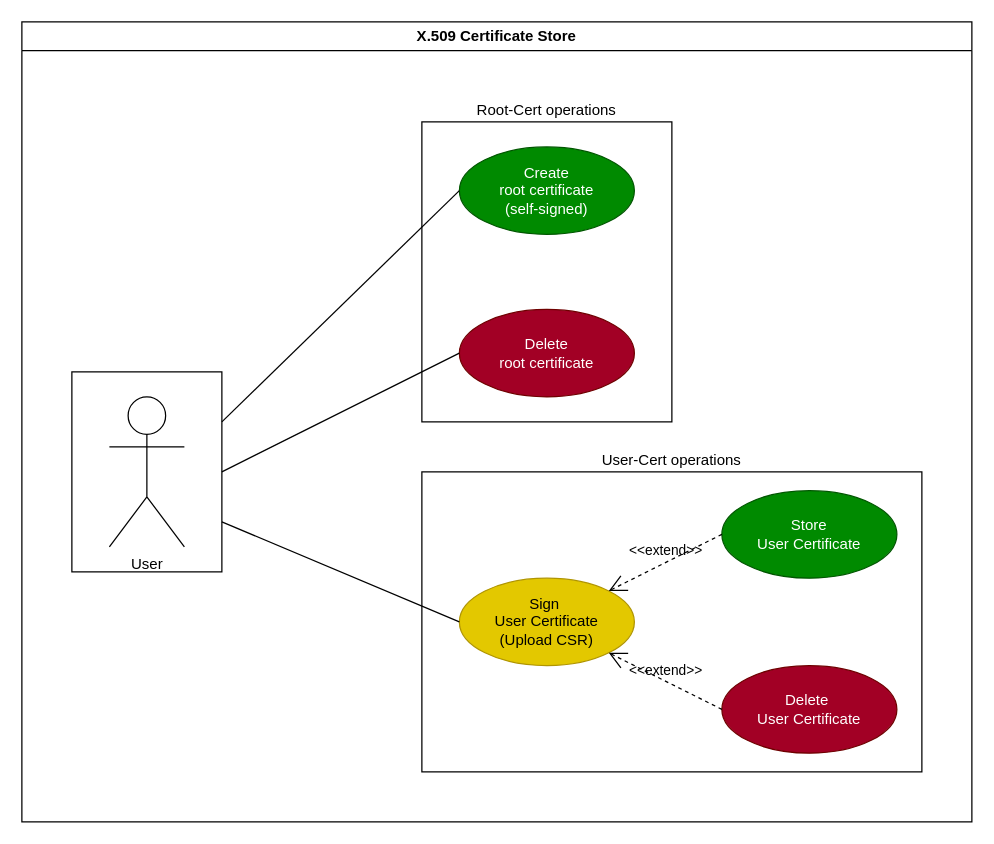
The draw.io diagram diagrams/domain.drawio in MilanNemeth/GDE_B-ALKFET, before the edit. Source tidied: cells renumbered, new cells numbered last; positions are measured from the earlier drawing's top-left corner, leaving out a move shared by most shapes. Both pictures are drawn from the tidied source at 125%, with x=0, y=0 at pixel (21, 21).
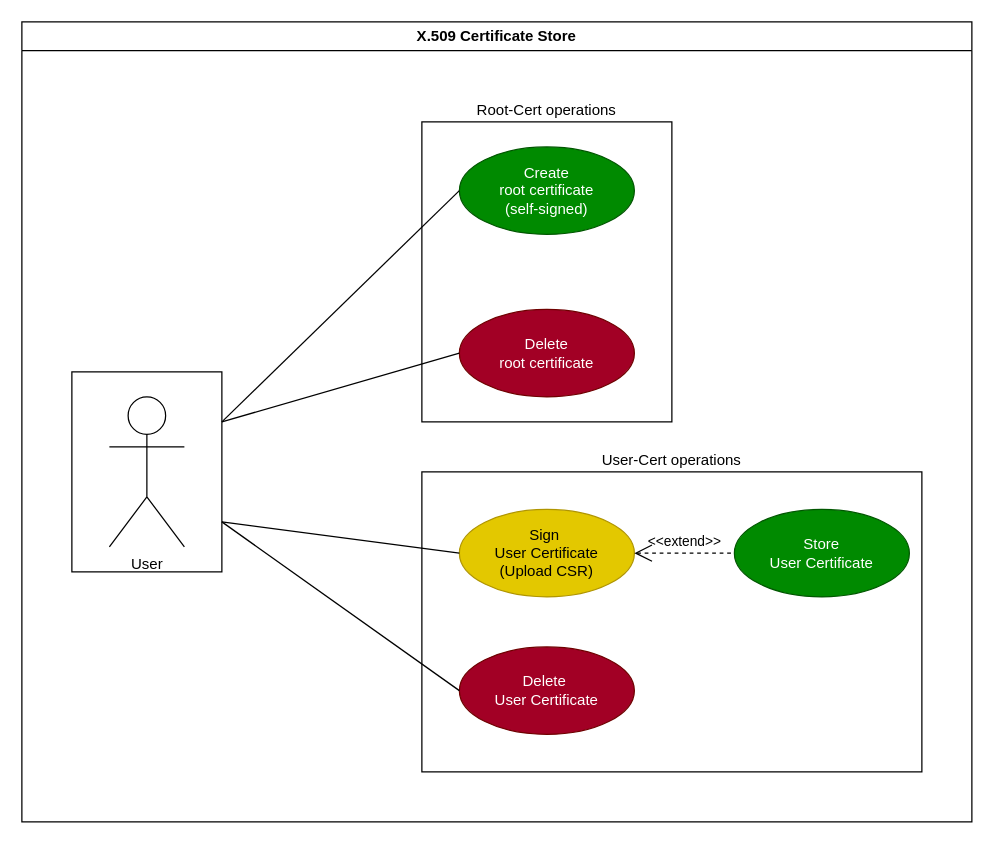
After the change.

Diff of the diagram source:
```diff
@@
 <mxGraphModel>
   <root>
     <mxCell id="0" />
     <mxCell id="1" parent="0" />
     <mxCell id="2" value="&lt;b&gt;&lt;span&gt;X.509&amp;nbsp;&lt;/span&gt;Certificate Store&lt;/b&gt;" style="swimlane;whiteSpace=wrap;html=1;" parent="1" vertex="1">
       <mxGeometry width="760" height="640" as="geometry" />
     </mxCell>
     <mxCell id="3" value="Root-Cert operations" style="rounded=0;whiteSpace=wrap;html=1;labelPosition=center;verticalLabelPosition=top;align=center;verticalAlign=bottom;" parent="2" vertex="1">
       <mxGeometry x="320" y="80" width="200" height="240" as="geometry" />
     </mxCell>
     <mxCell id="4" value="&lt;div&gt;User-Cert operations&lt;/div&gt;" style="rounded=0;whiteSpace=wrap;html=1;align=center;labelPosition=center;verticalLabelPosition=top;verticalAlign=bottom;" parent="1" vertex="1">
       <mxGeometry x="320" y="360" width="400" height="240" as="geometry" />
     </mxCell>
     <mxCell id="5" value="Create&lt;br&gt;root certificate&lt;br&gt;(self-signed)" style="ellipse;whiteSpace=wrap;html=1;fillColor=#008a00;fontColor=#ffffff;strokeColor=#005700;" parent="1" vertex="1">
       <mxGeometry x="350" y="100" width="140" height="70" as="geometry" />
     </mxCell>
     <mxCell id="6" value="Delete&lt;br&gt;root certificate" style="ellipse;whiteSpace=wrap;html=1;fillColor=#a20025;fontColor=#ffffff;strokeColor=#6F0000;" parent="1" vertex="1">
       <mxGeometry x="350" y="230" width="140" height="70" as="geometry" />
     </mxCell>
     <mxCell id="7" value="Sign&amp;nbsp;&lt;br&gt;User Certificate&lt;br&gt;(Upload CSR)" style="ellipse;whiteSpace=wrap;html=1;fillColor=#e3c800;fontColor=#000000;strokeColor=#B09500;" parent="1" vertex="1">
-      <mxGeometry x="350" y="445" width="140" height="70" as="geometry" />
+      <mxGeometry x="350" y="390" width="140" height="70" as="geometry" />
     </mxCell>
     <mxCell id="8" value="Delete&amp;nbsp;&lt;br&gt;User Certificate" style="ellipse;whiteSpace=wrap;html=1;fillColor=#a20025;fontColor=#ffffff;strokeColor=#6F0000;" parent="1" vertex="1">
-      <mxGeometry x="560" y="515" width="140" height="70" as="geometry" />
+      <mxGeometry x="350" y="500" width="140" height="70" as="geometry" />
     </mxCell>
     <mxCell id="9" value="Store&lt;br&gt;User Certificate" style="ellipse;whiteSpace=wrap;html=1;fillColor=#008a00;fontColor=#ffffff;strokeColor=#005700;" parent="1" vertex="1">
-      <mxGeometry x="560" y="375" width="140" height="70" as="geometry" />
+      <mxGeometry x="570" y="390" width="140" height="70" as="geometry" />
     </mxCell>
     <mxCell id="10" style="group;" parent="1" vertex="1">
       <mxGeometry x="40" y="280" width="120" height="160" as="geometry" />
     </mxCell>
     <mxCell id="11" style="rounded=0;whiteSpace=wrap;html=1;" parent="10" vertex="1">
       <mxGeometry width="120" height="160" as="geometry" />
     </mxCell>
     <mxCell id="12" value="&lt;div&gt;User&lt;/div&gt;" style="shape=umlActor;verticalLabelPosition=bottom;verticalAlign=top;html=1;" parent="10" vertex="1">
       <mxGeometry x="30" y="20" width="60" height="120" as="geometry" />
     </mxCell>
-    <mxCell id="13" value="&amp;lt;&amp;lt;extend&amp;gt;&amp;gt;" style="edgeStyle=none;html=1;startArrow=open;endArrow=none;startSize=12;verticalAlign=bottom;dashed=1;labelBackgroundColor=none;rounded=0;exitX=1;exitY=0;exitDx=0;exitDy=0;entryX=0;entryY=0.5;entryDx=0;entryDy=0;" parent="1" edge="1" source="7" target="9">
+    <mxCell id="13" value="&amp;lt;&amp;lt;extend&amp;gt;&amp;gt;" style="edgeStyle=none;html=1;startArrow=open;endArrow=none;startSize=12;verticalAlign=bottom;dashed=1;labelBackgroundColor=none;rounded=0;exitX=1;exitY=0.5;exitDx=0;exitDy=0;entryX=0;entryY=0.5;entryDx=0;entryDy=0;" parent="1" edge="1" source="7" target="9">
       <mxGeometry relative="1" as="geometry" />
     </mxCell>
-    <mxCell id="14" value="&amp;lt;&amp;lt;extend&amp;gt;&amp;gt;" style="edgeStyle=none;html=1;startArrow=open;endArrow=none;startSize=12;verticalAlign=bottom;dashed=1;labelBackgroundColor=none;rounded=0;entryX=0;entryY=0.5;entryDx=0;entryDy=0;exitX=1;exitY=1;exitDx=0;exitDy=0;" parent="1" edge="1" source="7" target="8">
-      <mxGeometry relative="1" as="geometry" />
-    </mxCell>
     <mxCell id="15" style="edgeStyle=none;html=1;endArrow=none;verticalAlign=bottom;rounded=0;exitX=1;exitY=0.25;exitDx=0;exitDy=0;entryX=0;entryY=0.5;entryDx=0;entryDy=0;" parent="1" edge="1" source="11" target="5">
       <mxGeometry relative="1" as="geometry" />
     </mxCell>
-    <mxCell id="16" style="edgeStyle=none;html=1;endArrow=none;verticalAlign=bottom;rounded=0;exitX=1;exitY=0.5;exitDx=0;exitDy=0;entryX=0;entryY=0.5;entryDx=0;entryDy=0;" parent="1" edge="1" source="11" target="6">
+    <mxCell id="16" style="edgeStyle=none;html=1;endArrow=none;verticalAlign=bottom;rounded=0;exitX=1;exitY=0.25;exitDx=0;exitDy=0;entryX=0;entryY=0.5;entryDx=0;entryDy=0;" parent="1" edge="1" source="11" target="6">
       <mxGeometry relative="1" as="geometry" />
     </mxCell>
     <mxCell id="17" style="edgeStyle=none;html=1;endArrow=none;verticalAlign=bottom;rounded=0;exitX=1;exitY=0.75;exitDx=0;exitDy=0;entryX=0;entryY=0.5;entryDx=0;entryDy=0;" parent="1" edge="1" source="11" target="7">
       <mxGeometry relative="1" as="geometry" />
     </mxCell>
+    <mxCell id="18" style="edgeStyle=none;html=1;endArrow=none;verticalAlign=bottom;rounded=0;exitX=1;exitY=0.75;exitDx=0;exitDy=0;entryX=0;entryY=0.5;entryDx=0;entryDy=0;" parent="1" edge="1" source="11" target="8">
+      <mxGeometry relative="1" as="geometry" />
+    </mxCell>
   </root>
 </mxGraphModel>
```
